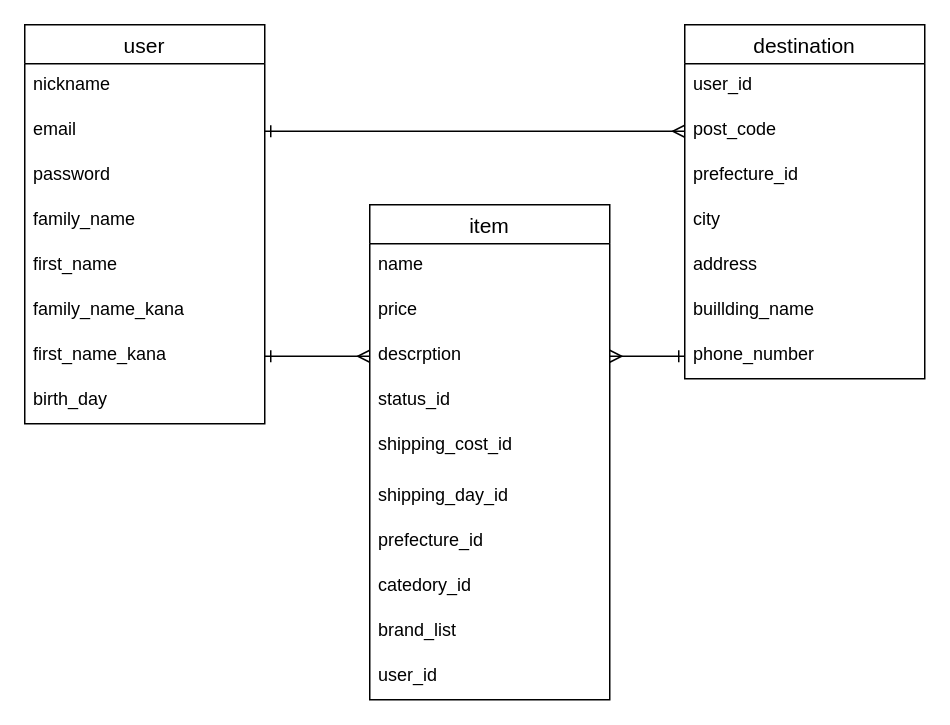
Earlier version of the draw.io diagram furima.dio (pofyusukeyamamoto/furima-35046). Source tidied: cells renumbered, new cells numbered last; positions are measured from the earlier drawing's top-left corner, leaving out a move shared by most shapes. Both pictures are drawn from the tidied source at 150%, with x=0, y=0 at pixel (24, 24).
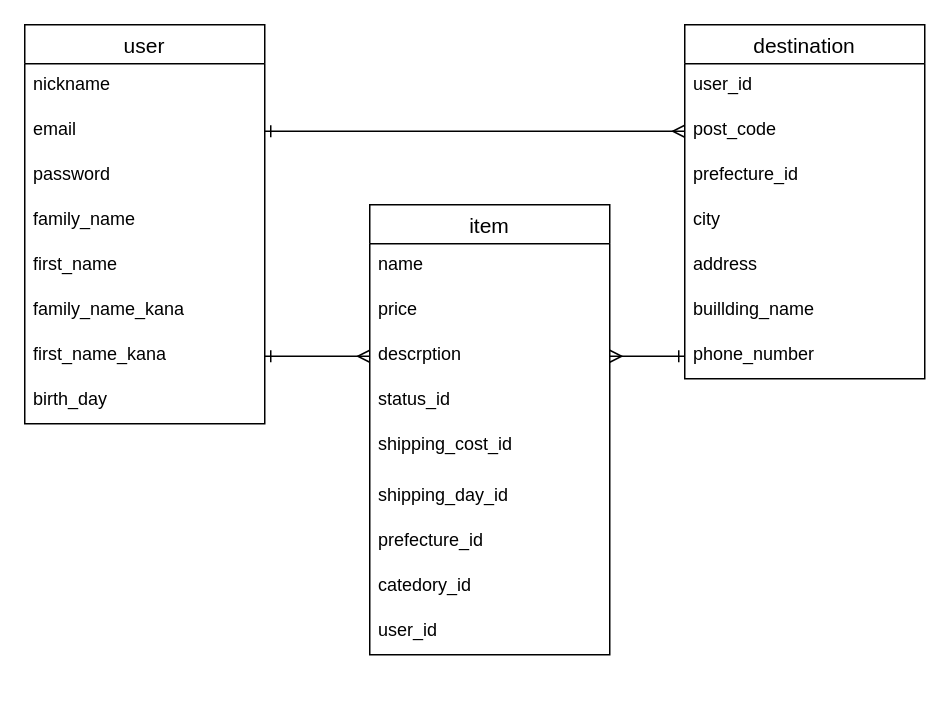
After the change.

Commit message (it also covers changes not shown here):
データベース設計修正2回目

The edit, as a diff of the source:
```diff
@@
     <mxCell id="10" value="item" style="swimlane;fontStyle=0;horizontal=1;startSize=26;align=center;fontSize=14;" parent="1" vertex="1">
-      <mxGeometry x="230" y="120" width="160" height="330" as="geometry" />
+      <mxGeometry x="230" y="120" width="160" height="300" as="geometry" />
     </mxCell>
@@
-    <mxCell id="19" value="brand_list&#10;" style="text;strokeColor=none;fillColor=none;spacingLeft=4;spacingRight=4;overflow=hidden;fontSize=12;" parent="10" vertex="1">
-      <mxGeometry y="270" width="160" height="30" as="geometry" />
-    </mxCell>
     <mxCell id="20" value="user_id" style="text;strokeColor=none;fillColor=none;spacingLeft=4;spacingRight=4;overflow=hidden;fontSize=12;" parent="10" vertex="1">
-      <mxGeometry y="300" width="160" height="30" as="geometry" />
+      <mxGeometry y="270" width="160" height="30" as="geometry" />
     </mxCell>
```
